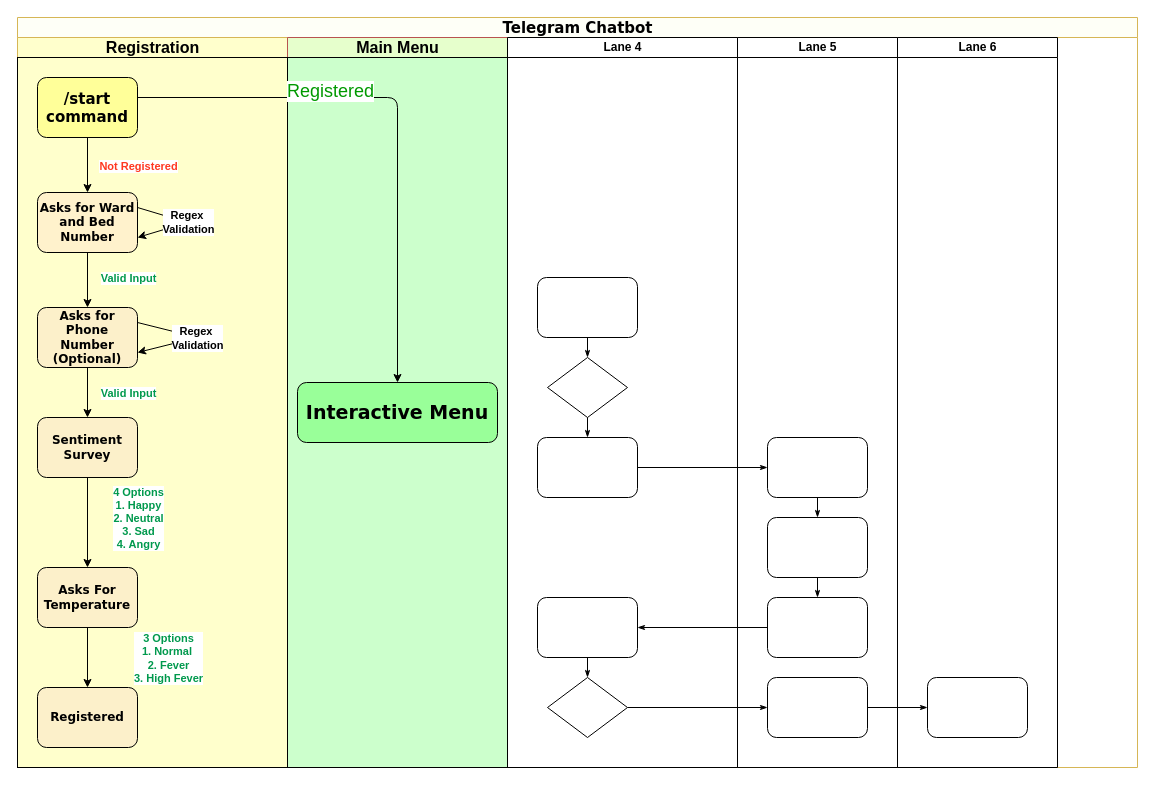
Jackimaru96/AI-Sudoku keeps this draw.io diagram as Untitled Diagram.drawio. Above is the earlier version. Source tidied: cells renumbered, new cells numbered last; positions are measured from the earlier drawing's top-left corner, leaving out a move shared by most shapes. Both pictures are drawn from the tidied source at 100%, with x=0, y=0 at pixel (17, 17).
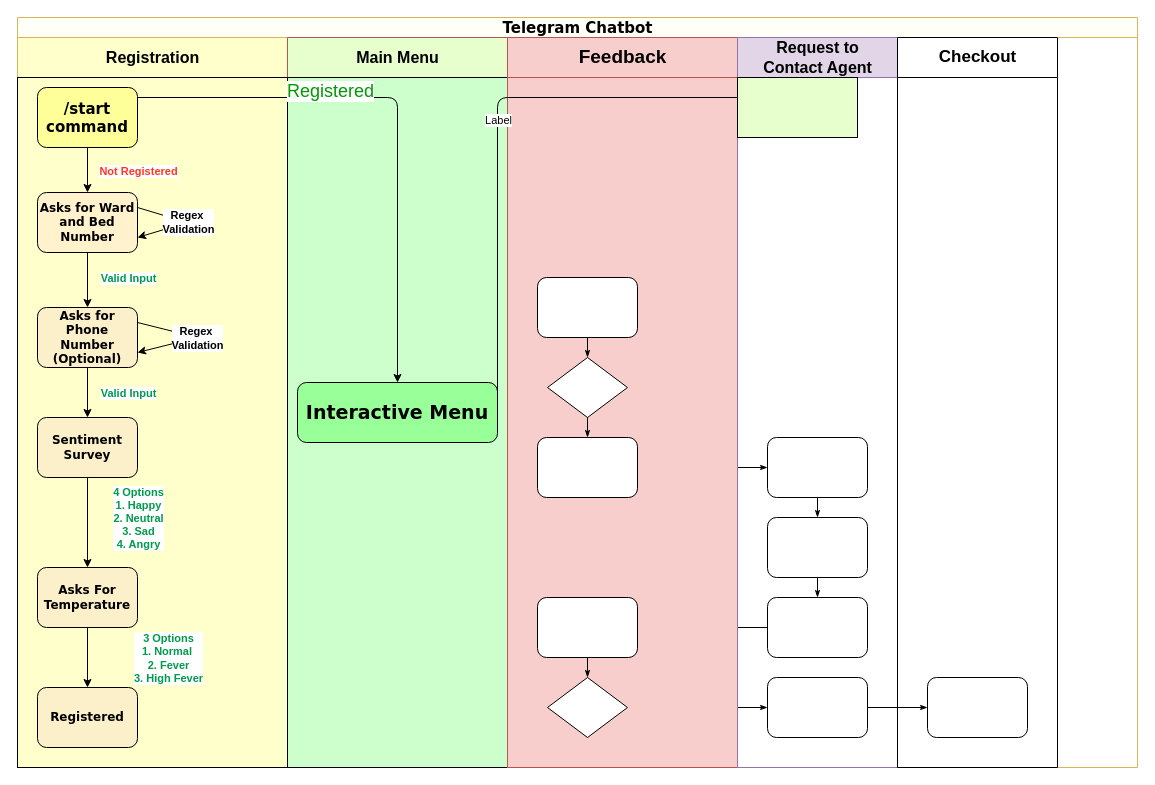
The same page after the edit.

Unchanged cells that the change refers to:
```xml
<mxCell id="2" value="&lt;font style=&quot;font-size: 15px&quot;&gt;Telegram Chatbot&lt;/font&gt;" style="swimlane;html=1;startSize=20;rounded=0;shadow=0;labelBackgroundColor=none;strokeWidth=1;fontFamily=Verdana;fontSize=8;align=center;strokeColor=#d6b656;fillColor=#FEFFF7;" parent="1" vertex="1">
  <mxGeometry width="1120" height="750" as="geometry" />
</mxCell>
<mxCell id="32" value="&lt;font style=&quot;font-size: 19px&quot;&gt;&lt;b&gt;Interactive Menu&lt;/b&gt;&lt;/font&gt;" style="rounded=1;whiteSpace=wrap;html=1;shadow=0;labelBackgroundColor=none;strokeWidth=1;fontFamily=Verdana;fontSize=8;align=center;fillColor=#99FF99;" parent="30" vertex="1">
  <mxGeometry x="10" y="345" width="200" height="60" as="geometry" />
</mxCell>
```

What changed in the source:
```diff
@@
-    <mxCell id="7" value="&lt;font style=&quot;font-size: 16px&quot;&gt;Registration&lt;/font&gt;" style="swimlane;html=1;startSize=20;strokeColor=#d6b656;fillColor=#FFFFCC;" parent="2" vertex="1">
+    <mxCell id="7" value="&lt;font style=&quot;font-size: 16px&quot;&gt;Registration&lt;/font&gt;" style="swimlane;html=1;startSize=40;strokeColor=#d6b656;fillColor=#FFFFCC;" parent="2" vertex="1">
       <mxGeometry y="20" width="270" height="730" as="geometry" />
     </mxCell>
     <mxCell id="8" style="rounded=0;whiteSpace=wrap;html=1;fillColor=#FFFFCC;" parent="7" vertex="1">
-      <mxGeometry y="20" width="270" height="710" as="geometry" />
+      <mxGeometry y="40" width="270" height="690" as="geometry" />
     </mxCell>
@@
     <mxCell id="17" value="&lt;b&gt;&lt;font style=&quot;font-size: 15px&quot;&gt;/start command&lt;/font&gt;&lt;/b&gt;" style="rounded=1;whiteSpace=wrap;html=1;shadow=0;labelBackgroundColor=none;strokeWidth=1;fontFamily=Verdana;fontSize=8;align=center;fillColor=#FFFF99;" parent="7" vertex="1">
-      <mxGeometry x="20" y="40" width="100" height="60" as="geometry" />
+      <mxGeometry x="20" y="50" width="100" height="60" as="geometry" />
     </mxCell>
@@
-    <mxCell id="30" value="&lt;font style=&quot;font-size: 16px&quot;&gt;Main Menu&lt;/font&gt;" style="swimlane;html=1;startSize=20;strokeColor=#b85450;fillColor=#E6FFCC;" parent="2" vertex="1">
+    <mxCell id="30" value="&lt;font style=&quot;font-size: 16px&quot;&gt;Main Menu&lt;/font&gt;" style="swimlane;html=1;startSize=40;strokeColor=#b85450;fillColor=#E6FFCC;" parent="2" vertex="1">
       <mxGeometry x="270" y="20" width="220" height="730" as="geometry" />
     </mxCell>
     <mxCell id="31" style="rounded=0;whiteSpace=wrap;html=1;fillColor=#CCFFCC;" parent="30" vertex="1">
-      <mxGeometry y="20" width="220" height="710" as="geometry" />
+      <mxGeometry y="40" width="220" height="690" as="geometry" />
     </mxCell>
@@
-    <mxCell id="33" value="Lane 4" style="swimlane;html=1;startSize=20;" parent="2" vertex="1">
+    <mxCell id="33" value="&lt;font style=&quot;font-size: 19px&quot;&gt;Feedback&lt;/font&gt;" style="swimlane;html=1;startSize=40;fillColor=#f8cecc;strokeColor=#b85450;" parent="2" vertex="1">
       <mxGeometry x="490" y="20" width="230" height="730" as="geometry" />
     </mxCell>
+    <mxCell id="53" style="rounded=0;whiteSpace=wrap;html=1;fillColor=#f8cecc;strokeColor=#b85450;" parent="33" vertex="1">
+      <mxGeometry y="40" width="230" height="690" as="geometry" />
+    </mxCell>
@@
+    <mxCell id="54" style="endArrow=classic;html=1;exitX=1;exitY=0.5;exitDx=0;exitDy=0;" parent="33" edge="1" source="32">
+      <mxGeometry relative="1" as="geometry">
+        <mxPoint x="260" y="60" as="targetPoint" />
+        <Array as="points">
+          <mxPoint x="-10" y="60" />
+        </Array>
+      </mxGeometry>
+    </mxCell>
+    <mxCell id="55" value="Label" style="edgeLabel;html=1;align=center;verticalAlign=middle;" parent="54" vertex="1">
+      <mxGeometry relative="1" as="geometry" />
+    </mxCell>
-    <mxCell id="42" value="Lane 5" style="swimlane;html=1;startSize=20;" parent="2" vertex="1">
+    <mxCell id="42" value="&lt;font style=&quot;font-size: 16px&quot;&gt;Request to &lt;br&gt;Contact Agent&lt;/font&gt;" style="swimlane;html=1;startSize=40;fillColor=#e1d5e7;strokeColor=#9673a6;" parent="2" vertex="1">
       <mxGeometry x="720" y="20" width="160" height="730" as="geometry" />
     </mxCell>
+    <mxCell id="56" style="rounded=0;whiteSpace=wrap;html=1;fillColor=#E6FFCC;gradientColor=none;" parent="42" vertex="1">
+      <mxGeometry y="40" width="120" height="60" as="geometry" />
+    </mxCell>
@@
-    <mxCell id="49" value="Lane 6" style="swimlane;html=1;startSize=20;" parent="2" vertex="1">
+    <mxCell id="49" value="&lt;font style=&quot;font-size: 17px&quot;&gt;Checkout&lt;/font&gt;" style="swimlane;html=1;startSize=40;" parent="2" vertex="1">
       <mxGeometry x="880" y="20" width="160" height="730" as="geometry" />
     </mxCell>
```
